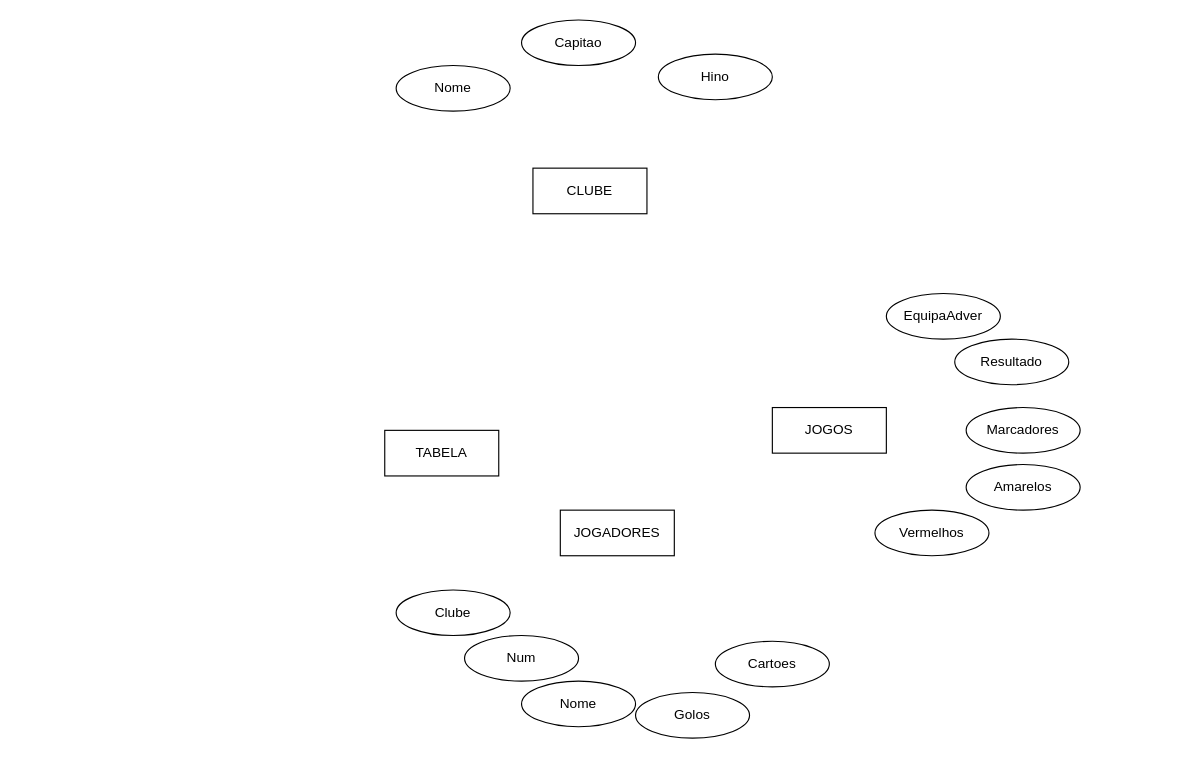
The draw.io diagram Futebolada2P.drawio in Afas09/Analise-de-Sistemas, before the edit. Source tidied: cells renumbered, new cells numbered last; positions are measured from the earlier drawing's top-left corner, leaving out a move shared by most shapes. Both pictures are drawn from the tidied source at 114%, with x=0, y=0 at pixel (384, 19).
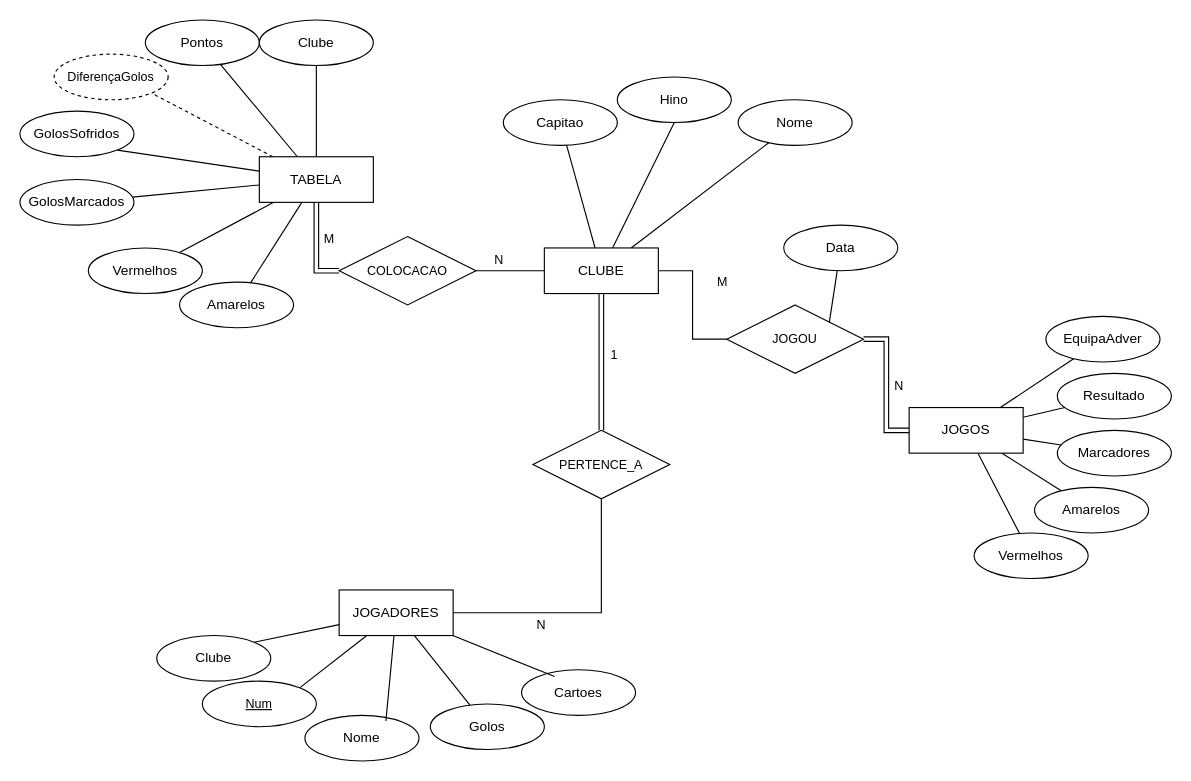
The same page after the edit.

What changed in the source:
```diff
@@
+    <mxCell id="19" style="rounded=0;jettySize=auto;html=1;endArrow=none;endFill=0;" parent="1" edge="1" source="2" target="7">
+      <mxGeometry relative="1" as="geometry" />
+    </mxCell>
+    <mxCell id="20" style="edgeStyle=none;shape=connector;rounded=0;jettySize=auto;html=1;entryX=0.5;entryY=1;entryDx=0;entryDy=0;strokeColor=default;align=center;verticalAlign=middle;fontFamily=Helvetica;fontSize=11;fontColor=default;labelBackgroundColor=default;endArrow=none;endFill=0;" parent="1" edge="1" source="2" target="8">
+      <mxGeometry relative="1" as="geometry" />
+    </mxCell>
+    <mxCell id="21" style="edgeStyle=none;shape=connector;rounded=0;jettySize=auto;html=1;strokeColor=default;align=center;verticalAlign=middle;fontFamily=Helvetica;fontSize=11;fontColor=default;labelBackgroundColor=default;endArrow=none;endFill=0;" parent="1" edge="1" source="2" target="6">
+      <mxGeometry relative="1" as="geometry" />
+    </mxCell>
+    <mxCell id="22" style="shape=link;rounded=0;jettySize=auto;html=1;entryX=0.5;entryY=0;entryDx=0;entryDy=0;strokeColor=default;align=center;verticalAlign=middle;fontFamily=Helvetica;fontSize=11;fontColor=default;labelBackgroundColor=default;endArrow=none;endFill=0;edgeStyle=orthogonalEdgeStyle;" parent="1" edge="1" source="2" target="54">
+      <mxGeometry relative="1" as="geometry" />
+    </mxCell>
+    <mxCell id="23" value="1" style="edgeLabel;html=1;align=center;verticalAlign=middle;fontFamily=Helvetica;fontSize=11;fontColor=default;labelBackgroundColor=default;" parent="22" vertex="1">
+      <mxGeometry x="-0.23" y="1" relative="1" as="geometry">
+        <mxPoint x="9" y="7" as="offset" />
+      </mxGeometry>
+    </mxCell>
+    <mxCell id="24" style="edgeStyle=orthogonalEdgeStyle;shape=connector;rounded=0;jettySize=auto;html=1;entryX=0;entryY=0.5;entryDx=0;entryDy=0;strokeColor=default;align=center;verticalAlign=middle;fontFamily=Helvetica;fontSize=11;fontColor=default;labelBackgroundColor=default;endArrow=none;endFill=0;" parent="1" edge="1" source="2" target="57">
+      <mxGeometry relative="1" as="geometry" />
+    </mxCell>
+    <mxCell id="25" value="M" style="edgeLabel;html=1;align=center;verticalAlign=middle;fontFamily=Helvetica;fontSize=11;fontColor=default;labelBackgroundColor=default;" parent="24" vertex="1">
+      <mxGeometry x="-0.22" y="2" relative="1" as="geometry">
+        <mxPoint x="23" y="-8" as="offset" />
+      </mxGeometry>
+    </mxCell>
+    <mxCell id="26" style="edgeStyle=orthogonalEdgeStyle;shape=connector;rounded=0;jettySize=auto;html=1;entryX=1;entryY=0.5;entryDx=0;entryDy=0;strokeColor=default;align=center;verticalAlign=middle;fontFamily=Helvetica;fontSize=11;fontColor=default;labelBackgroundColor=default;endArrow=none;endFill=0;" parent="1" edge="1" source="2" target="60">
+      <mxGeometry relative="1" as="geometry" />
+    </mxCell>
+    <mxCell id="27" value="N" style="edgeLabel;html=1;align=center;verticalAlign=middle;fontFamily=Helvetica;fontSize=11;fontColor=default;labelBackgroundColor=default;" parent="26" vertex="1">
+      <mxGeometry relative="1" as="geometry">
+        <mxPoint x="-11" y="-10" as="offset" />
+      </mxGeometry>
+    </mxCell>
     <mxCell id="2" value="CLUBE" style="whiteSpace=wrap;html=1;align=center;" parent="1" vertex="1">
-      <mxGeometry x="130" y="130" width="100" height="40" as="geometry" />
+      <mxGeometry x="140" y="200" width="100" height="40" as="geometry" />
     </mxCell>
+    <mxCell id="28" style="edgeStyle=none;shape=connector;rounded=0;jettySize=auto;html=1;strokeColor=default;align=center;verticalAlign=middle;fontFamily=Helvetica;fontSize=11;fontColor=default;labelBackgroundColor=default;endArrow=none;endFill=0;" parent="1" edge="1" source="3" target="14">
+      <mxGeometry relative="1" as="geometry" />
+    </mxCell>
+    <mxCell id="29" style="edgeStyle=none;shape=connector;rounded=0;jettySize=auto;html=1;strokeColor=default;align=center;verticalAlign=middle;fontFamily=Helvetica;fontSize=11;fontColor=default;labelBackgroundColor=default;endArrow=none;endFill=0;" parent="1" edge="1" source="3" target="15">
+      <mxGeometry relative="1" as="geometry" />
+    </mxCell>
+    <mxCell id="30" style="edgeStyle=none;shape=connector;rounded=0;jettySize=auto;html=1;strokeColor=default;align=center;verticalAlign=middle;fontFamily=Helvetica;fontSize=11;fontColor=default;labelBackgroundColor=default;endArrow=none;endFill=0;" parent="1" edge="1" source="3" target="16">
+      <mxGeometry relative="1" as="geometry" />
+    </mxCell>
+    <mxCell id="31" style="edgeStyle=none;shape=connector;rounded=0;jettySize=auto;html=1;strokeColor=default;align=center;verticalAlign=middle;fontFamily=Helvetica;fontSize=11;fontColor=default;labelBackgroundColor=default;endArrow=none;endFill=0;" parent="1" edge="1" source="3" target="17">
+      <mxGeometry relative="1" as="geometry" />
+    </mxCell>
+    <mxCell id="32" style="edgeStyle=none;shape=connector;rounded=0;jettySize=auto;html=1;strokeColor=default;align=center;verticalAlign=middle;fontFamily=Helvetica;fontSize=11;fontColor=default;labelBackgroundColor=default;endArrow=none;endFill=0;" parent="1" edge="1" source="3" target="18">
+      <mxGeometry relative="1" as="geometry" />
+    </mxCell>
     <mxCell id="3" value="JOGOS" style="whiteSpace=wrap;html=1;align=center;" parent="1" vertex="1">
-      <mxGeometry x="340" y="340" width="100" height="40" as="geometry" />
+      <mxGeometry x="460" y="340" width="100" height="40" as="geometry" />
     </mxCell>
+    <mxCell id="33" style="edgeStyle=none;shape=connector;rounded=0;jettySize=auto;html=1;strokeColor=default;align=center;verticalAlign=middle;fontFamily=Helvetica;fontSize=11;fontColor=default;labelBackgroundColor=default;endArrow=none;endFill=0;" parent="1" edge="1" source="4" target="12">
+      <mxGeometry relative="1" as="geometry" />
+    </mxCell>
+    <mxCell id="34" style="edgeStyle=none;shape=connector;rounded=0;jettySize=auto;html=1;entryX=1;entryY=0;entryDx=0;entryDy=0;strokeColor=default;align=center;verticalAlign=middle;fontFamily=Helvetica;fontSize=11;fontColor=default;labelBackgroundColor=default;endArrow=none;endFill=0;" parent="1" edge="1" source="4" target="9">
+      <mxGeometry relative="1" as="geometry" />
+    </mxCell>
+    <mxCell id="35" style="edgeStyle=orthogonalEdgeStyle;shape=connector;rounded=0;jettySize=auto;html=1;entryX=0.5;entryY=1;entryDx=0;entryDy=0;strokeColor=default;align=center;verticalAlign=middle;fontFamily=Helvetica;fontSize=11;fontColor=default;labelBackgroundColor=default;endArrow=none;endFill=0;" parent="1" edge="1" source="4" target="54">
+      <mxGeometry relative="1" as="geometry" />
+    </mxCell>
+    <mxCell id="36" value="N" style="edgeLabel;html=1;align=center;verticalAlign=middle;fontFamily=Helvetica;fontSize=11;fontColor=default;labelBackgroundColor=default;" parent="35" vertex="1">
+      <mxGeometry x="-0.27" y="-1" relative="1" as="geometry">
+        <mxPoint x="-8" y="9" as="offset" />
+      </mxGeometry>
+    </mxCell>
+    <mxCell id="37" style="shape=connector;rounded=0;jettySize=auto;html=1;entryX=1;entryY=0;entryDx=0;entryDy=0;strokeColor=default;align=center;verticalAlign=middle;fontFamily=Helvetica;fontSize=11;fontColor=default;labelBackgroundColor=default;endArrow=none;endFill=0;" parent="1" edge="1" source="4" target="10">
+      <mxGeometry relative="1" as="geometry" />
+    </mxCell>
     <mxCell id="4" value="JOGADORES" style="whiteSpace=wrap;html=1;align=center;" parent="1" vertex="1">
-      <mxGeometry x="154" y="430" width="100" height="40" as="geometry" />
+      <mxGeometry x="-40" y="500" width="100" height="40" as="geometry" />
     </mxCell>
+    <mxCell id="38" style="edgeStyle=none;shape=connector;rounded=0;jettySize=auto;html=1;strokeColor=default;align=center;verticalAlign=middle;fontFamily=Helvetica;fontSize=11;fontColor=default;labelBackgroundColor=default;endArrow=none;endFill=0;" parent="1" edge="1" source="5" target="47">
+      <mxGeometry relative="1" as="geometry" />
+    </mxCell>
+    <mxCell id="39" style="edgeStyle=none;shape=connector;rounded=0;jettySize=auto;html=1;strokeColor=default;align=center;verticalAlign=middle;fontFamily=Helvetica;fontSize=11;fontColor=default;labelBackgroundColor=default;endArrow=none;endFill=0;" parent="1" edge="1" source="5" target="50">
+      <mxGeometry relative="1" as="geometry" />
+    </mxCell>
+    <mxCell id="40" style="edgeStyle=none;shape=connector;rounded=0;jettySize=auto;html=1;strokeColor=default;align=center;verticalAlign=middle;fontFamily=Helvetica;fontSize=11;fontColor=default;labelBackgroundColor=default;endArrow=none;endFill=0;" parent="1" edge="1" source="5" target="49">
+      <mxGeometry relative="1" as="geometry" />
+    </mxCell>
+    <mxCell id="41" style="edgeStyle=none;shape=connector;rounded=0;jettySize=auto;html=1;strokeColor=default;align=center;verticalAlign=middle;fontFamily=Helvetica;fontSize=11;fontColor=default;labelBackgroundColor=default;endArrow=none;endFill=0;" parent="1" edge="1" source="5" target="48">
+      <mxGeometry relative="1" as="geometry" />
+    </mxCell>
+    <mxCell id="42" style="edgeStyle=orthogonalEdgeStyle;shape=link;rounded=0;jettySize=auto;html=1;entryX=0;entryY=0.5;entryDx=0;entryDy=0;strokeColor=default;align=center;verticalAlign=middle;fontFamily=Helvetica;fontSize=11;fontColor=default;labelBackgroundColor=default;endArrow=none;endFill=0;" parent="1" edge="1" source="5" target="60">
+      <mxGeometry relative="1" as="geometry" />
+    </mxCell>
+    <mxCell id="43" value="M" style="edgeLabel;html=1;align=center;verticalAlign=middle;fontFamily=Helvetica;fontSize=11;fontColor=default;labelBackgroundColor=default;" parent="42" vertex="1">
+      <mxGeometry x="-0.36" y="1" relative="1" as="geometry">
+        <mxPoint x="9" y="5" as="offset" />
+      </mxGeometry>
+    </mxCell>
+    <mxCell id="44" style="shape=connector;rounded=0;jettySize=auto;html=1;entryX=1;entryY=1;entryDx=0;entryDy=0;strokeColor=default;align=center;verticalAlign=middle;fontFamily=Helvetica;fontSize=11;fontColor=default;labelBackgroundColor=default;endArrow=none;endFill=0;dashed=1;" parent="1" edge="1" source="5" target="61">
+      <mxGeometry relative="1" as="geometry" />
+    </mxCell>
+    <mxCell id="45" style="shape=connector;rounded=0;jettySize=auto;html=1;strokeColor=default;align=center;verticalAlign=middle;fontFamily=Helvetica;fontSize=11;fontColor=default;labelBackgroundColor=default;endArrow=none;endFill=0;" parent="1" edge="1" source="5" target="63">
+      <mxGeometry relative="1" as="geometry" />
+    </mxCell>
+    <mxCell id="46" style="edgeStyle=none;shape=connector;rounded=0;jettySize=auto;html=1;entryX=1;entryY=1;entryDx=0;entryDy=0;strokeColor=default;align=center;verticalAlign=middle;fontFamily=Helvetica;fontSize=11;fontColor=default;labelBackgroundColor=default;endArrow=none;endFill=0;" parent="1" edge="1" source="5" target="62">
+      <mxGeometry relative="1" as="geometry" />
+    </mxCell>
     <mxCell id="5" value="TABELA" style="whiteSpace=wrap;html=1;align=center;" parent="1" vertex="1">
-      <mxGeometry y="360" width="100" height="40" as="geometry" />
+      <mxGeometry x="-110" y="120" width="100" height="40" as="geometry" />
     </mxCell>
     <mxCell id="6" value="Nome" style="ellipse;whiteSpace=wrap;html=1;align=center;" parent="1" vertex="1">
-      <mxGeometry x="10" y="40" width="100" height="40" as="geometry" />
+      <mxGeometry x="310" y="70" width="100" height="40" as="geometry" />
     </mxCell>
     <mxCell id="7" value="Capitao" style="ellipse;whiteSpace=wrap;html=1;align=center;" parent="1" vertex="1">
-      <mxGeometry x="120" width="100" height="40" as="geometry" />
+      <mxGeometry x="104" y="70" width="100" height="40" as="geometry" />
     </mxCell>
     <mxCell id="8" value="Hino" style="ellipse;whiteSpace=wrap;html=1;align=center;" parent="1" vertex="1">
-      <mxGeometry x="240" y="30" width="100" height="40" as="geometry" />
+      <mxGeometry x="204" y="50" width="100" height="40" as="geometry" />
     </mxCell>
     <mxCell id="9" value="Clube" style="ellipse;whiteSpace=wrap;html=1;align=center;" parent="1" vertex="1">
-      <mxGeometry x="10" y="500" width="100" height="40" as="geometry" />
+      <mxGeometry x="-200" y="540" width="100" height="40" as="geometry" />
     </mxCell>
-    <mxCell id="10" value="Num" style="ellipse;whiteSpace=wrap;html=1;align=center;" parent="1" vertex="1">
-      <mxGeometry x="70" y="540" width="100" height="40" as="geometry" />
-    </mxCell>
     <mxCell id="11" value="Nome" style="ellipse;whiteSpace=wrap;html=1;align=center;" parent="1" vertex="1">
-      <mxGeometry x="120" y="580" width="100" height="40" as="geometry" />
+      <mxGeometry x="-70" y="610" width="100" height="40" as="geometry" />
     </mxCell>
     <mxCell id="12" value="Golos" style="ellipse;whiteSpace=wrap;html=1;align=center;" parent="1" vertex="1">
-      <mxGeometry x="220" y="590" width="100" height="40" as="geometry" />
+      <mxGeometry x="40" y="600" width="100" height="40" as="geometry" />
     </mxCell>
     <mxCell id="13" value="Cartoes" style="ellipse;whiteSpace=wrap;html=1;align=center;" parent="1" vertex="1">
-      <mxGeometry x="290" y="545" width="100" height="40" as="geometry" />
+      <mxGeometry x="120" y="570" width="100" height="40" as="geometry" />
     </mxCell>
     <mxCell id="14" value="EquipaAdver" style="ellipse;whiteSpace=wrap;html=1;align=center;" parent="1" vertex="1">
-      <mxGeometry x="440" y="240" width="100" height="40" as="geometry" />
+      <mxGeometry x="580" y="260" width="100" height="40" as="geometry" />
     </mxCell>
     <mxCell id="15" value="Resultado" style="ellipse;whiteSpace=wrap;html=1;align=center;" parent="1" vertex="1">
-      <mxGeometry x="500" y="280" width="100" height="40" as="geometry" />
+      <mxGeometry x="590" y="310" width="100" height="40" as="geometry" />
     </mxCell>
     <mxCell id="16" value="Marcadores" style="ellipse;whiteSpace=wrap;html=1;align=center;" parent="1" vertex="1">
-      <mxGeometry x="510" y="340" width="100" height="40" as="geometry" />
+      <mxGeometry x="590" y="360" width="100" height="40" as="geometry" />
     </mxCell>
     <mxCell id="17" value="Amarelos" style="ellipse;whiteSpace=wrap;html=1;align=center;" parent="1" vertex="1">
-      <mxGeometry x="510" y="390" width="100" height="40" as="geometry" />
+      <mxGeometry x="570" y="410" width="100" height="40" as="geometry" />
     </mxCell>
     <mxCell id="18" value="Vermelhos" style="ellipse;whiteSpace=wrap;html=1;align=center;" parent="1" vertex="1">
-      <mxGeometry x="430" y="430" width="100" height="40" as="geometry" />
+      <mxGeometry x="517" y="450" width="100" height="40" as="geometry" />
     </mxCell>
+    <mxCell id="47" value="Pontos" style="ellipse;whiteSpace=wrap;html=1;align=center;" parent="1" vertex="1">
+      <mxGeometry x="-210" width="100" height="40" as="geometry" />
+    </mxCell>
+    <mxCell id="48" value="Amarelos" style="ellipse;whiteSpace=wrap;html=1;align=center;" parent="1" vertex="1">
+      <mxGeometry x="-180" y="230" width="100" height="40" as="geometry" />
+    </mxCell>
+    <mxCell id="49" value="Vermelhos" style="ellipse;whiteSpace=wrap;html=1;align=center;" parent="1" vertex="1">
+      <mxGeometry x="-260" y="200" width="100" height="40" as="geometry" />
+    </mxCell>
+    <mxCell id="50" value="Clube" style="ellipse;whiteSpace=wrap;html=1;align=center;" parent="1" vertex="1">
+      <mxGeometry x="-110" width="100" height="40" as="geometry" />
+    </mxCell>
+    <mxCell id="51" style="edgeStyle=none;shape=connector;rounded=0;orthogonalLoop=1;jettySize=auto;html=1;exitX=0.75;exitY=1;exitDx=0;exitDy=0;strokeColor=default;align=center;verticalAlign=middle;fontFamily=Helvetica;fontSize=11;fontColor=default;labelBackgroundColor=default;endArrow=none;endFill=0;" parent="1" edge="1" source="3" target="3">
+      <mxGeometry relative="1" as="geometry" />
+    </mxCell>
+    <mxCell id="52" style="edgeStyle=none;shape=connector;rounded=0;jettySize=auto;html=1;entryX=0.29;entryY=0.15;entryDx=0;entryDy=0;entryPerimeter=0;strokeColor=default;align=center;verticalAlign=middle;fontFamily=Helvetica;fontSize=11;fontColor=default;labelBackgroundColor=default;endArrow=none;endFill=0;" parent="1" edge="1" source="4" target="13">
+      <mxGeometry relative="1" as="geometry" />
+    </mxCell>
+    <mxCell id="53" style="edgeStyle=none;shape=connector;rounded=0;jettySize=auto;html=1;entryX=0.71;entryY=0.125;entryDx=0;entryDy=0;entryPerimeter=0;strokeColor=default;align=center;verticalAlign=middle;fontFamily=Helvetica;fontSize=11;fontColor=default;labelBackgroundColor=default;endArrow=none;endFill=0;" parent="1" edge="1" source="4" target="11">
+      <mxGeometry relative="1" as="geometry" />
+    </mxCell>
+    <mxCell id="54" value="PERTENCE_A" style="shape=rhombus;perimeter=rhombusPerimeter;whiteSpace=wrap;html=1;align=center;fontFamily=Helvetica;fontSize=11;fontColor=default;labelBackgroundColor=default;" parent="1" vertex="1">
+      <mxGeometry x="130" y="360" width="120" height="60" as="geometry" />
+    </mxCell>
+    <mxCell id="55" style="edgeStyle=orthogonalEdgeStyle;shape=link;rounded=0;jettySize=auto;html=1;entryX=0;entryY=0.5;entryDx=0;entryDy=0;strokeColor=default;align=center;verticalAlign=middle;fontFamily=Helvetica;fontSize=11;fontColor=default;labelBackgroundColor=default;endArrow=none;endFill=0;" parent="1" edge="1" source="57" target="3">
+      <mxGeometry relative="1" as="geometry" />
+    </mxCell>
+    <mxCell id="56" value="N" style="edgeLabel;html=1;align=center;verticalAlign=middle;fontFamily=Helvetica;fontSize=11;fontColor=default;labelBackgroundColor=default;" parent="55" vertex="1">
+      <mxGeometry x="0.07" y="2" relative="1" as="geometry">
+        <mxPoint x="8" y="-4" as="offset" />
+      </mxGeometry>
+    </mxCell>
+    <mxCell id="57" value="JOGOU" style="shape=rhombus;perimeter=rhombusPerimeter;whiteSpace=wrap;html=1;align=center;fontFamily=Helvetica;fontSize=11;fontColor=default;labelBackgroundColor=default;" parent="1" vertex="1">
+      <mxGeometry x="300" y="250" width="120" height="60" as="geometry" />
+    </mxCell>
+    <mxCell id="58" style="shape=connector;rounded=0;jettySize=auto;html=1;entryX=1;entryY=0;entryDx=0;entryDy=0;strokeColor=default;align=center;verticalAlign=middle;fontFamily=Helvetica;fontSize=11;fontColor=default;labelBackgroundColor=default;endArrow=none;endFill=0;" parent="1" edge="1" source="59" target="57">
+      <mxGeometry relative="1" as="geometry" />
+    </mxCell>
+    <mxCell id="59" value="Data" style="ellipse;whiteSpace=wrap;html=1;align=center;" parent="1" vertex="1">
+      <mxGeometry x="350" y="180" width="100" height="40" as="geometry" />
+    </mxCell>
+    <mxCell id="60" value="COLOCACAO" style="shape=rhombus;perimeter=rhombusPerimeter;whiteSpace=wrap;html=1;align=center;fontFamily=Helvetica;fontSize=11;fontColor=default;labelBackgroundColor=default;" parent="1" vertex="1">
+      <mxGeometry x="-40" y="190" width="120" height="60" as="geometry" />
+    </mxCell>
+    <mxCell id="10" value="Num" style="ellipse;whiteSpace=wrap;html=1;align=center;fontStyle=4;fontFamily=Helvetica;fontSize=11;fontColor=default;labelBackgroundColor=default;" parent="1" vertex="1">
+      <mxGeometry x="-160" y="580" width="100" height="40" as="geometry" />
+    </mxCell>
+    <mxCell id="61" value="DiferençaGolos" style="ellipse;whiteSpace=wrap;html=1;align=center;dashed=1;fontFamily=Helvetica;fontSize=11;fontColor=default;labelBackgroundColor=default;" parent="1" vertex="1">
+      <mxGeometry x="-290" y="30" width="100" height="40" as="geometry" />
+    </mxCell>
+    <mxCell id="62" value="GolosSofridos" style="ellipse;whiteSpace=wrap;html=1;align=center;" parent="1" vertex="1">
+      <mxGeometry x="-320" y="80" width="100" height="40" as="geometry" />
+    </mxCell>
+    <mxCell id="63" value="GolosMarcados" style="ellipse;whiteSpace=wrap;html=1;align=center;" parent="1" vertex="1">
+      <mxGeometry x="-320" y="140" width="100" height="40" as="geometry" />
+    </mxCell>
```
